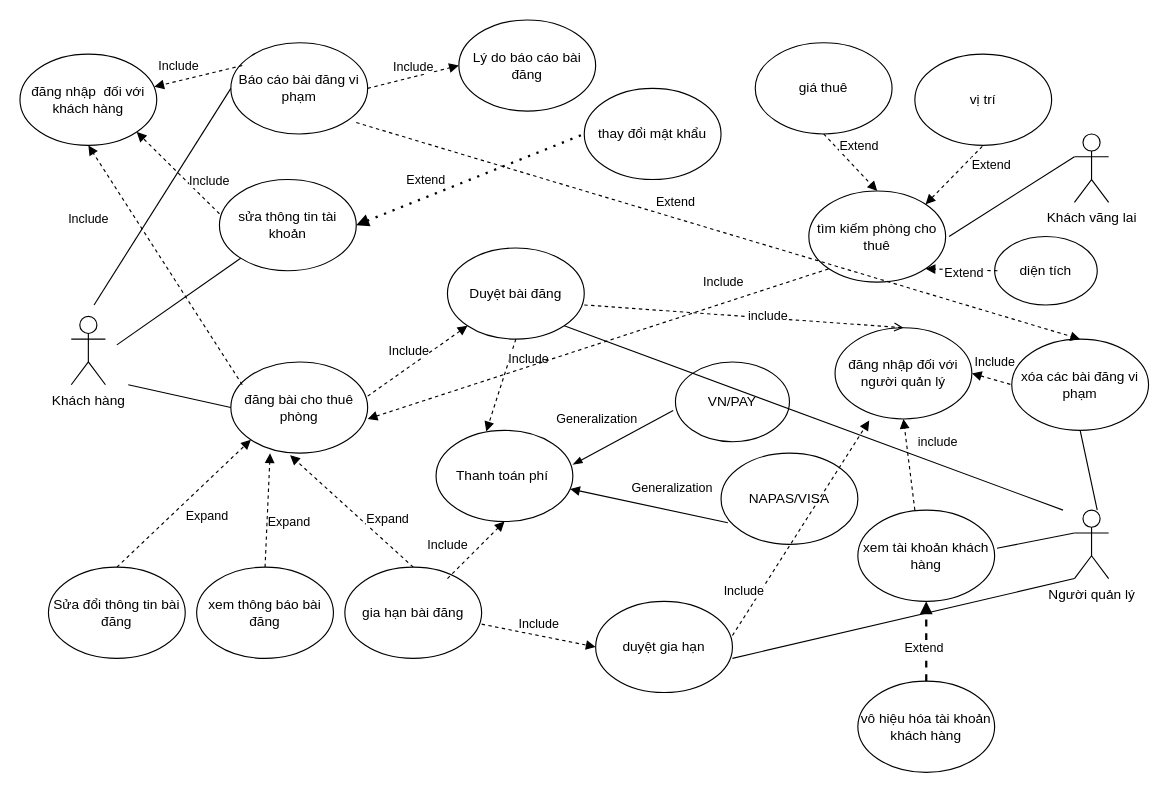
Before: usecase.drawio in Uechi123/PTTKHTTT, a draw.io diagram. Source tidied: cells renumbered, new cells numbered last; positions are measured from the earlier drawing's top-left corner, leaving out a move shared by most shapes. Both pictures are drawn from the tidied source at 114%, with x=0, y=0 at pixel (19, 19).
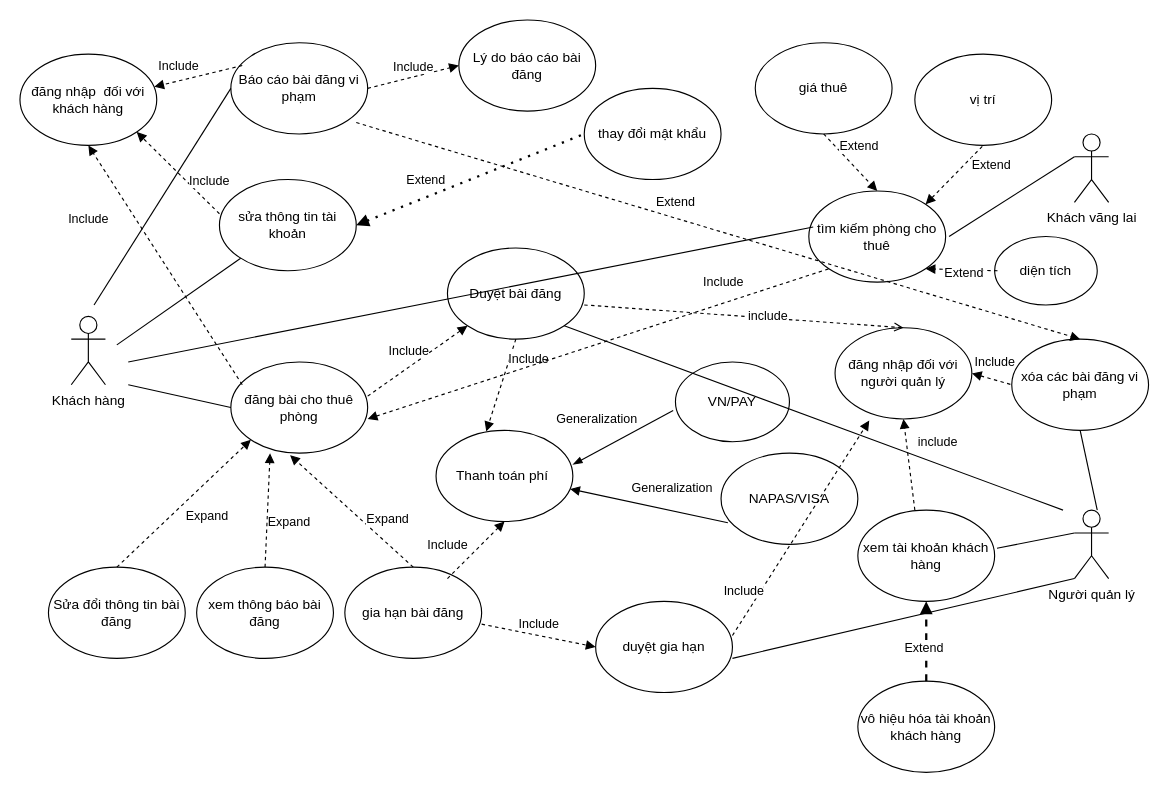
After the change.

Unchanged cells that the change refers to:
```xml
<mxCell id="40" value="tìm kiếm phòng cho thuê" style="ellipse;whiteSpace=wrap;html=1;" parent="1" vertex="1">
  <mxGeometry x="692" y="150" width="120" height="80" as="geometry" />
</mxCell>
```

What changed in the source:
```diff
@@
+    <mxCell id="83" style="endArrow=none;html=1;rounded=0;entryX=0.032;entryY=0.395;entryDx=0;entryDy=0;entryPerimeter=0;" parent="1" edge="1" target="40">
+      <mxGeometry relative="1" as="geometry">
+        <mxPoint x="95" y="300" as="sourcePoint" />
+      </mxGeometry>
+    </mxCell>
```
